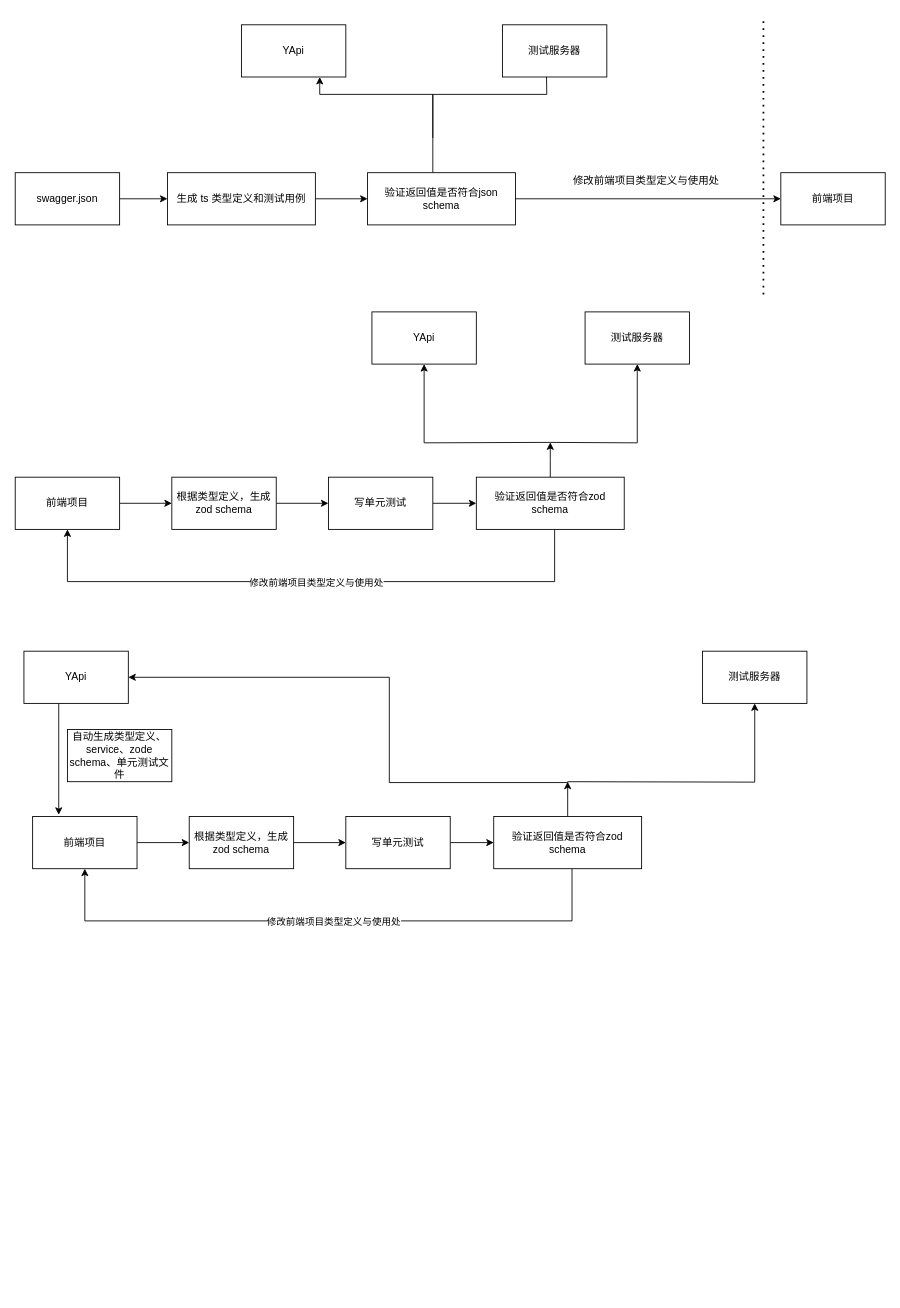
Before: swagger-ajv.drawio in KevinBrother/draw, a draw.io diagram. Source tidied: cells renumbered, new cells numbered last; positions are measured from the earlier drawing's top-left corner, leaving out a move shared by most shapes. Both pictures are drawn from the tidied source at 87%, with x=0, y=0 at pixel (15, 16).
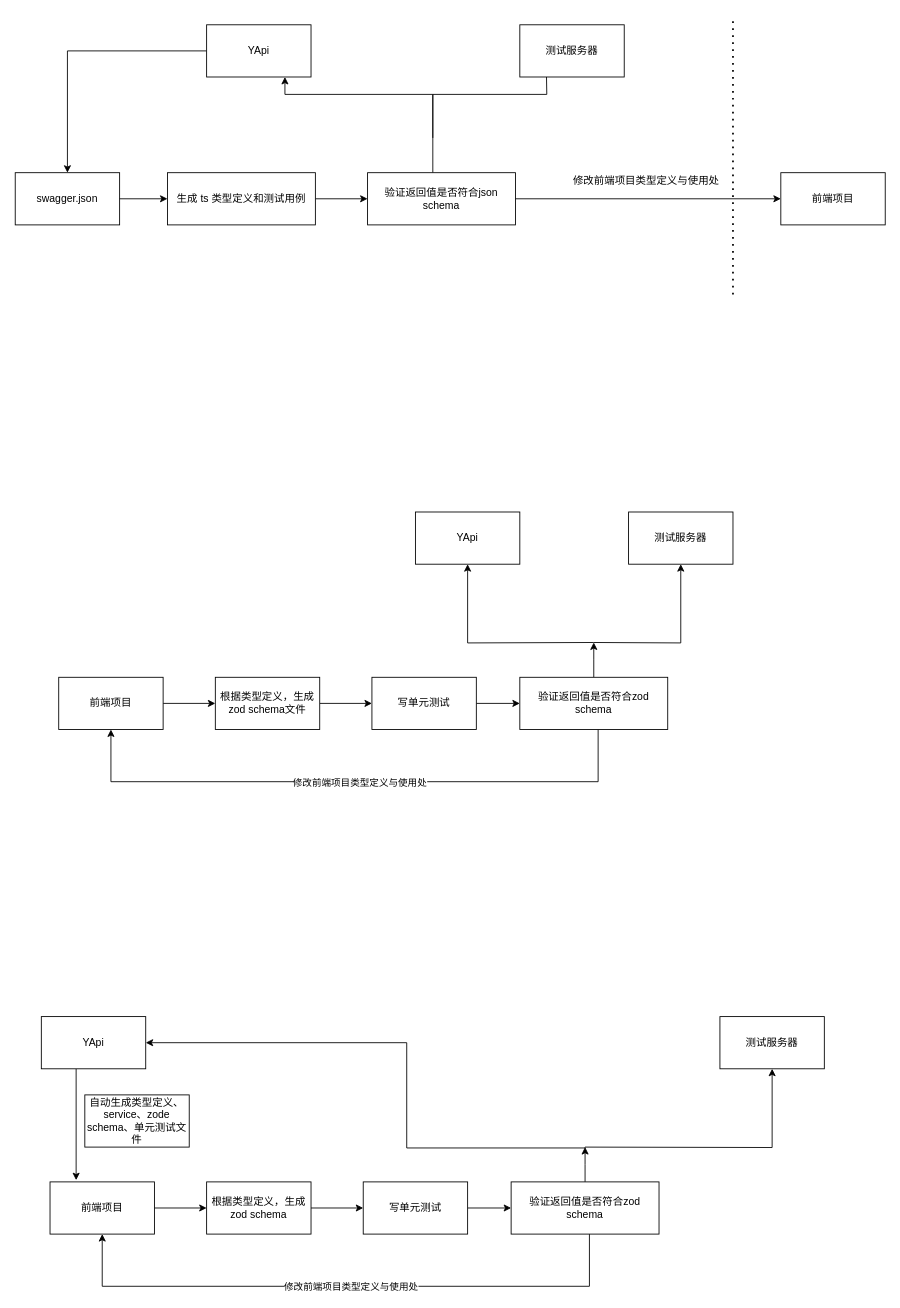
Above is the later version.

Unchanged cells that the change refers to:
```xml
<mxCell id="3" value="swagger.json" style="rounded=0;whiteSpace=wrap;html=1;" parent="1" vertex="1">
  <mxGeometry y="180" width="120" height="60" as="geometry" />
</mxCell>
```

What changed in the source:
```diff
@@
+    <mxCell id="45" style="edgeStyle=orthogonalEdgeStyle;rounded=0;jettySize=auto;html=1;entryX=0.5;entryY=0;entryDx=0;entryDy=0;" parent="1" edge="1" source="2" target="3">
+      <mxGeometry relative="1" as="geometry" />
+    </mxCell>
     <mxCell id="2" value="YApi" style="rounded=0;whiteSpace=wrap;html=1;" parent="1" vertex="1">
-      <mxGeometry x="260" y="10" width="120" height="60" as="geometry" />
+      <mxGeometry x="220" y="10" width="120" height="60" as="geometry" />
     </mxCell>
@@
     <mxCell id="7" value="测试服务器" style="rounded=0;whiteSpace=wrap;html=1;" parent="1" vertex="1">
-      <mxGeometry x="560" y="10" width="120" height="60" as="geometry" />
+      <mxGeometry x="580" y="10" width="120" height="60" as="geometry" />
     </mxCell>
@@
     <mxCell id="9" style="endArrow=none;dashed=1;html=1;dashPattern=1 3;strokeWidth=2;rounded=0;" parent="1" edge="1">
       <mxGeometry relative="1" as="geometry">
-        <mxPoint x="860" y="320" as="sourcePoint" />
-        <mxPoint x="860" as="targetPoint" />
+        <mxPoint x="825" y="320" as="sourcePoint" />
+        <mxPoint x="825" as="targetPoint" />
         <Array as="points">
-          <mxPoint x="860" y="160" />
+          <mxPoint x="825" y="160" />
         </Array>
       </mxGeometry>
     </mxCell>
@@
     <mxCell id="12" value="YApi" style="rounded=0;whiteSpace=wrap;html=1;" parent="1" vertex="1">
-      <mxGeometry x="410" y="340" width="120" height="60" as="geometry" />
+      <mxGeometry x="460" y="570" width="120" height="60" as="geometry" />
     </mxCell>
     <mxCell id="13" style="edgeStyle=orthogonalEdgeStyle;rounded=0;jettySize=auto;html=1;entryX=0.5;entryY=1;entryDx=0;entryDy=0;" parent="1" edge="1" target="12">
       <mxGeometry relative="1" as="geometry">
-        <mxPoint x="615" y="490" as="sourcePoint" />
+        <mxPoint x="665" y="720" as="sourcePoint" />
       </mxGeometry>
     </mxCell>
     <mxCell id="14" style="edgeStyle=orthogonalEdgeStyle;rounded=0;jettySize=auto;html=1;entryX=0.5;entryY=1;entryDx=0;entryDy=0;" parent="1" edge="1" target="15">
       <mxGeometry relative="1" as="geometry">
-        <mxPoint x="615" y="490" as="sourcePoint" />
+        <mxPoint x="665" y="720" as="sourcePoint" />
       </mxGeometry>
     </mxCell>
     <mxCell id="15" value="测试服务器" style="rounded=0;whiteSpace=wrap;html=1;" parent="1" vertex="1">
-      <mxGeometry x="655" y="340" width="120" height="60" as="geometry" />
+      <mxGeometry x="705" y="570" width="120" height="60" as="geometry" />
     </mxCell>
@@
     <mxCell id="17" value="前端项目" style="rounded=0;whiteSpace=wrap;html=1;" parent="1" vertex="1">
-      <mxGeometry y="530" width="120" height="60" as="geometry" />
+      <mxGeometry x="50" y="760" width="120" height="60" as="geometry" />
     </mxCell>
@@
-    <mxCell id="19" value="根据类型定义，生成zod schema" style="rounded=0;whiteSpace=wrap;html=1;" parent="1" vertex="1">
-      <mxGeometry x="180" y="530" width="120" height="60" as="geometry" />
+    <mxCell id="19" value="根据类型定义，生成zod schema文件" style="rounded=0;whiteSpace=wrap;html=1;" parent="1" vertex="1">
+      <mxGeometry x="230" y="760" width="120" height="60" as="geometry" />
     </mxCell>
@@
     <mxCell id="21" value="写单元测试" style="rounded=0;whiteSpace=wrap;html=1;" parent="1" vertex="1">
-      <mxGeometry x="360" y="530" width="120" height="60" as="geometry" />
+      <mxGeometry x="410" y="760" width="120" height="60" as="geometry" />
     </mxCell>
@@
     <mxCell id="25" style="edgeStyle=orthogonalEdgeStyle;rounded=0;jettySize=auto;html=1;exitX=0.5;exitY=0;exitDx=0;exitDy=0;" parent="1" edge="1" source="28">
       <mxGeometry relative="1" as="geometry">
-        <mxPoint x="615" y="490" as="targetPoint" />
+        <mxPoint x="665" y="720" as="targetPoint" />
       </mxGeometry>
     </mxCell>
     <mxCell id="26" style="edgeStyle=orthogonalEdgeStyle;rounded=0;jettySize=auto;html=1;entryX=0.5;entryY=1;entryDx=0;entryDy=0;" parent="1" edge="1" source="28" target="17">
       <mxGeometry relative="1" as="geometry">
         <Array as="points">
-          <mxPoint x="620" y="650" />
-          <mxPoint x="60" y="650" />
+          <mxPoint x="670" y="880" />
+          <mxPoint x="110" y="880" />
         </Array>
       </mxGeometry>
     </mxCell>
@@
     <mxCell id="28" value="验证返回值是否符合zod schema" style="rounded=0;whiteSpace=wrap;html=1;" parent="1" vertex="1">
-      <mxGeometry x="530" y="530" width="170" height="60" as="geometry" />
+      <mxGeometry x="580" y="760" width="170" height="60" as="geometry" />
     </mxCell>
     <mxCell id="29" style="edgeStyle=orthogonalEdgeStyle;rounded=0;jettySize=auto;html=1;" parent="1" edge="1" source="30">
       <mxGeometry relative="1" as="geometry">
-        <mxPoint x="50" y="918" as="targetPoint" />
+        <mxPoint x="70" y="1338" as="targetPoint" />
         <Array as="points">
-          <mxPoint x="50" y="918" />
+          <mxPoint x="70" y="1338" />
         </Array>
       </mxGeometry>
     </mxCell>
     <mxCell id="30" value="YApi" style="rounded=0;whiteSpace=wrap;html=1;" parent="1" vertex="1">
-      <mxGeometry x="10" y="730" width="120" height="60" as="geometry" />
+      <mxGeometry x="30" y="1150" width="120" height="60" as="geometry" />
     </mxCell>
     <mxCell id="31" style="edgeStyle=orthogonalEdgeStyle;rounded=0;jettySize=auto;html=1;entryX=1;entryY=0.5;entryDx=0;entryDy=0;" parent="1" edge="1" target="30">
       <mxGeometry relative="1" as="geometry">
-        <mxPoint x="635" y="880" as="sourcePoint" />
+        <mxPoint x="655" y="1300" as="sourcePoint" />
         <Array as="points">
-          <mxPoint x="635" y="881" />
-          <mxPoint x="430" y="881" />
-          <mxPoint x="430" y="760" />
+          <mxPoint x="655" y="1301" />
+          <mxPoint x="450" y="1301" />
+          <mxPoint x="450" y="1180" />
         </Array>
       </mxGeometry>
     </mxCell>
     <mxCell id="32" style="edgeStyle=orthogonalEdgeStyle;rounded=0;jettySize=auto;html=1;entryX=0.5;entryY=1;entryDx=0;entryDy=0;" parent="1" edge="1" target="33">
       <mxGeometry relative="1" as="geometry">
-        <mxPoint x="635" y="880" as="sourcePoint" />
+        <mxPoint x="655" y="1300" as="sourcePoint" />
       </mxGeometry>
     </mxCell>
     <mxCell id="33" value="测试服务器" style="rounded=0;whiteSpace=wrap;html=1;" parent="1" vertex="1">
-      <mxGeometry x="790" y="730" width="120" height="60" as="geometry" />
+      <mxGeometry x="810" y="1150" width="120" height="60" as="geometry" />
     </mxCell>
@@
     <mxCell id="35" value="前端项目" style="rounded=0;whiteSpace=wrap;html=1;" parent="1" vertex="1">
-      <mxGeometry x="20" y="920" width="120" height="60" as="geometry" />
+      <mxGeometry x="40" y="1340" width="120" height="60" as="geometry" />
     </mxCell>
@@
     <mxCell id="37" value="根据类型定义，生成zod schema" style="rounded=0;whiteSpace=wrap;html=1;" parent="1" vertex="1">
-      <mxGeometry x="200" y="920" width="120" height="60" as="geometry" />
+      <mxGeometry x="220" y="1340" width="120" height="60" as="geometry" />
     </mxCell>
@@
     <mxCell id="39" value="写单元测试" style="rounded=0;whiteSpace=wrap;html=1;" parent="1" vertex="1">
-      <mxGeometry x="380" y="920" width="120" height="60" as="geometry" />
+      <mxGeometry x="400" y="1340" width="120" height="60" as="geometry" />
     </mxCell>
     <mxCell id="40" style="edgeStyle=orthogonalEdgeStyle;rounded=0;jettySize=auto;html=1;exitX=0.5;exitY=0;exitDx=0;exitDy=0;" parent="1" edge="1" source="43">
       <mxGeometry relative="1" as="geometry">
-        <mxPoint x="635" y="880" as="targetPoint" />
+        <mxPoint x="655" y="1300" as="targetPoint" />
       </mxGeometry>
     </mxCell>
     <mxCell id="41" style="edgeStyle=orthogonalEdgeStyle;rounded=0;jettySize=auto;html=1;entryX=0.5;entryY=1;entryDx=0;entryDy=0;" parent="1" edge="1" source="43" target="35">
       <mxGeometry relative="1" as="geometry">
         <Array as="points">
-          <mxPoint x="640" y="1040" />
-          <mxPoint x="80" y="1040" />
+          <mxPoint x="660" y="1460" />
+          <mxPoint x="100" y="1460" />
         </Array>
       </mxGeometry>
     </mxCell>
@@
     <mxCell id="43" value="验证返回值是否符合zod schema" style="rounded=0;whiteSpace=wrap;html=1;" parent="1" vertex="1">
-      <mxGeometry x="550" y="920" width="170" height="60" as="geometry" />
+      <mxGeometry x="570" y="1340" width="170" height="60" as="geometry" />
     </mxCell>
     <mxCell id="44" value="自动生成类型定义、service、zode schema、单元测试文件" style="rounded=0;whiteSpace=wrap;html=1;" parent="1" vertex="1">
-      <mxGeometry x="60" y="820" width="120" height="60" as="geometry" />
+      <mxGeometry x="80" y="1240" width="120" height="60" as="geometry" />
     </mxCell>
```
